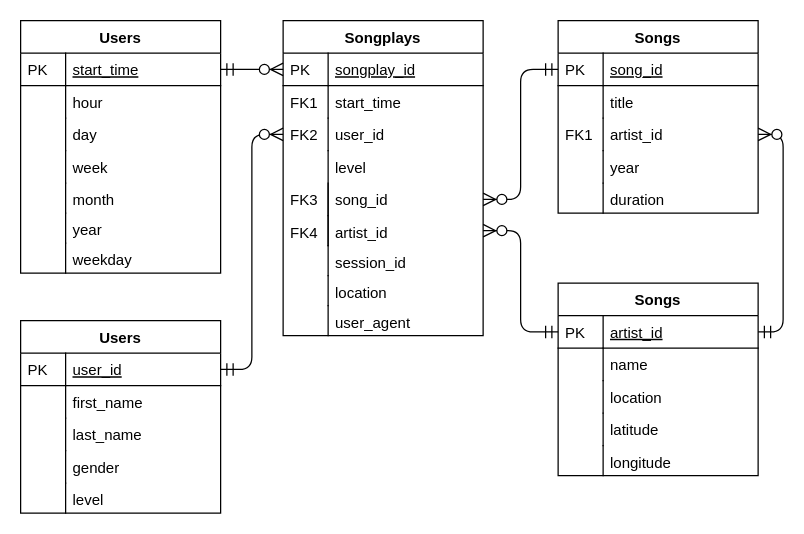
jbmadsen/udacity-data-engineering-nano-degree keeps this draw.io diagram as udacity-1.1-data-modeling-postgres/assets/data-modeling-1-postgres.drawio. Above is the earlier version. Source tidied: cells renumbered, new cells numbered last; positions are measured from the earlier drawing's top-left corner, leaving out a move shared by most shapes. Both pictures are drawn from the tidied source at 125%, with x=0, y=0 at pixel (20, 20).
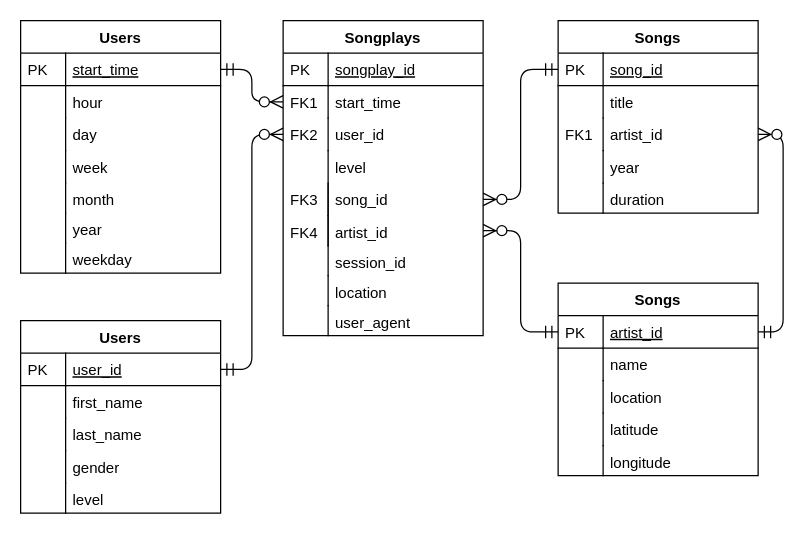
The same diagram, later.

Commit message (it also covers changes not shown here):
Updated schema diagram

Unchanged cells that the change refers to:
```xml
<mxCell id="3" value="songplay_id" style="shape=partialRectangle;top=0;left=0;right=0;bottom=1;align=left;verticalAlign=top;fillColor=none;spacingLeft=40;spacingRight=4;overflow=hidden;points=[[0,0.5],[1,0.5]];portConstraint=eastwest;rounded=0;shadow=0;strokeWidth=1;fontStyle=4;" parent="2" vertex="1">
  <mxGeometry y="26" width="160" height="26" as="geometry" />
</mxCell>
<mxCell id="5" value="start_time" style="shape=partialRectangle;top=0;left=0;right=0;bottom=0;align=left;verticalAlign=top;fillColor=none;spacingLeft=40;spacingRight=4;overflow=hidden;points=[[0,0.5],[1,0.5]];portConstraint=eastwest;rounded=0;shadow=0;strokeWidth=1;" parent="2" vertex="1">
  <mxGeometry y="52" width="160" height="26" as="geometry" />
</mxCell>
<mxCell id="23" value="start_time" style="shape=partialRectangle;top=0;left=0;right=0;bottom=1;align=left;verticalAlign=top;fillColor=none;spacingLeft=40;spacingRight=4;overflow=hidden;points=[[0,0.5],[1,0.5]];portConstraint=eastwest;rounded=0;shadow=0;strokeWidth=1;fontStyle=4;" parent="22" vertex="1">
  <mxGeometry y="26" width="160" height="26" as="geometry" />
</mxCell>
```

Diff of the diagram source:
```diff
@@
-    <mxCell id="73" style="edgeStyle=orthogonalEdgeStyle;endArrow=ERzeroToMany;startArrow=ERmandOne;shadow=0;strokeWidth=1;endSize=8;startSize=8;entryX=0;entryY=0.5;entryDx=0;entryDy=0;exitX=1;exitY=0.5;exitDx=0;exitDy=0;" parent="1" edge="1" source="23" target="3">
+    <mxCell id="73" style="edgeStyle=orthogonalEdgeStyle;endArrow=ERzeroToMany;startArrow=ERmandOne;shadow=0;strokeWidth=1;endSize=8;startSize=8;entryX=0;entryY=0.5;entryDx=0;entryDy=0;exitX=1;exitY=0.5;exitDx=0;exitDy=0;" parent="1" edge="1" source="23" target="5">
       <mxGeometry relative="1" as="geometry" />
     </mxCell>
```
